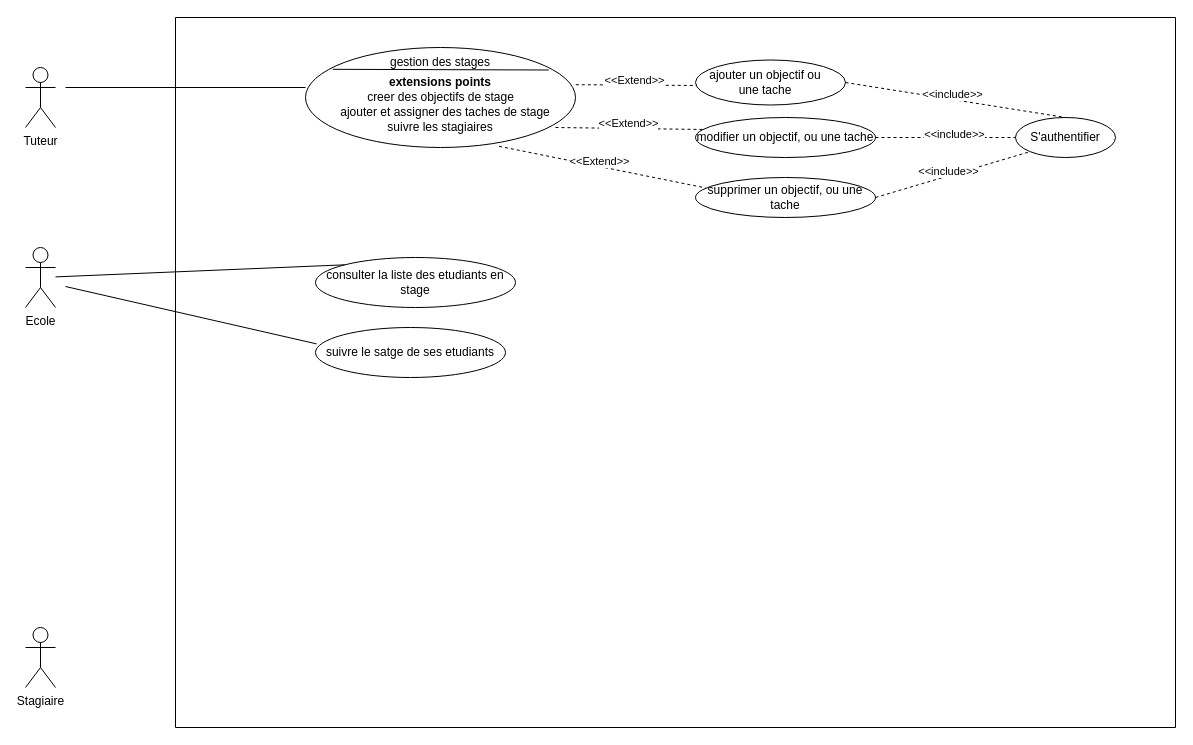
Earlier version of the draw.io diagram public/assets/Diagramme sans nom.drawio (A2blackMZ/Sams-Dine-ALIDOU). Source tidied: cells renumbered, new cells numbered last; positions are measured from the earlier drawing's top-left corner, leaving out a move shared by most shapes. Both pictures are drawn from the tidied source at 100%, with x=0, y=0 at pixel (25, 17).
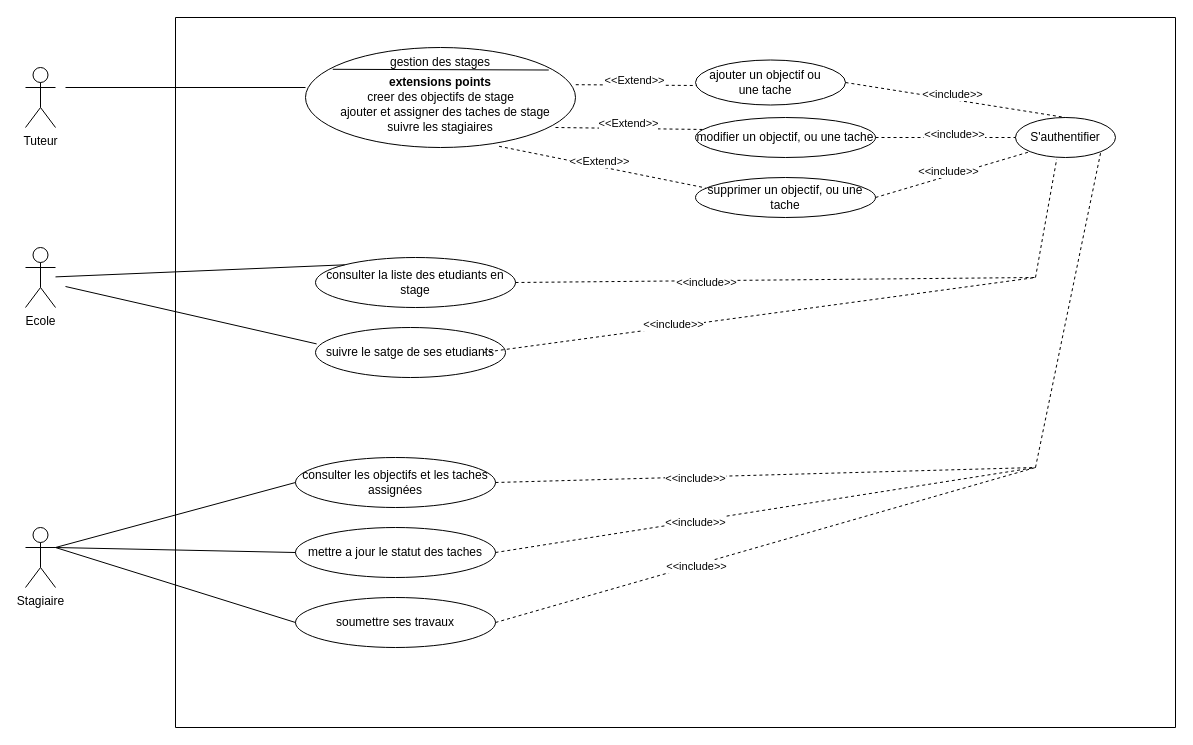
After the change.

The change refers to these unchanged cells:
```xml
<mxCell id="3" value="&#10;" style="swimlane;startSize=0;" parent="1" vertex="1">
  <mxGeometry x="150" width="1000" height="710" as="geometry" />
</mxCell>
<mxCell id="21" value="S'authentifier" style="ellipse;whiteSpace=wrap;html=1;" parent="3" vertex="1">
  <mxGeometry x="840" y="100" width="100" height="40" as="geometry" />
</mxCell>
<mxCell id="26" value="consulter la liste des etudiants en stage" style="ellipse;whiteSpace=wrap;html=1;" parent="3" vertex="1">
  <mxGeometry x="140" y="240" width="200" height="50" as="geometry" />
</mxCell>
```

What changed in the source:
```diff
@@
+    <mxCell id="35" value="consulter les objectifs et les taches assignées" style="ellipse;whiteSpace=wrap;html=1;" parent="3" vertex="1">
+      <mxGeometry x="120" y="440" width="200" height="50" as="geometry" />
+    </mxCell>
+    <mxCell id="36" value="mettre a jour le statut des taches" style="ellipse;whiteSpace=wrap;html=1;" parent="3" vertex="1">
+      <mxGeometry x="120" y="510" width="200" height="50" as="geometry" />
+    </mxCell>
+    <mxCell id="37" value="soumettre ses travaux" style="ellipse;whiteSpace=wrap;html=1;" parent="3" vertex="1">
+      <mxGeometry x="120" y="580" width="200" height="50" as="geometry" />
+    </mxCell>
+    <mxCell id="38" style="endArrow=none;dashed=1;html=1;rounded=0;exitX=1;exitY=0.5;exitDx=0;exitDy=0;entryX=0;entryY=0;entryDx=0;entryDy=0;" parent="3" edge="1">
+      <mxGeometry relative="1" as="geometry">
+        <mxPoint x="307.5" y="335" as="sourcePoint" />
+        <mxPoint x="860" y="260" as="targetPoint" />
+      </mxGeometry>
+    </mxCell>
+    <mxCell id="39" value="&amp;lt;&amp;lt;include&amp;gt;&amp;gt;" style="edgeLabel;html=1;align=center;verticalAlign=middle;" parent="38" vertex="1">
+      <mxGeometry x="-0.31" y="3" relative="1" as="geometry" />
+    </mxCell>
+    <mxCell id="40" style="endArrow=none;dashed=1;html=1;rounded=0;exitX=1;exitY=0.5;exitDx=0;exitDy=0;" parent="3" edge="1" source="26">
+      <mxGeometry relative="1" as="geometry">
+        <mxPoint x="860" y="260" as="targetPoint" />
+      </mxGeometry>
+    </mxCell>
+    <mxCell id="41" value="&amp;lt;&amp;lt;include&amp;gt;&amp;gt;" style="edgeLabel;html=1;align=center;verticalAlign=middle;" parent="40" vertex="1">
+      <mxGeometry x="-0.27" y="-1" relative="1" as="geometry" />
+    </mxCell>
+    <mxCell id="42" style="endArrow=none;dashed=1;html=1;rounded=0;entryX=0.412;entryY=1.04;entryDx=0;entryDy=0;exitX=0;exitY=0;exitDx=0;exitDy=0;entryPerimeter=0;" parent="3" edge="1" target="21">
+      <mxGeometry relative="1" as="geometry">
+        <mxPoint x="860" y="260" as="sourcePoint" />
+      </mxGeometry>
+    </mxCell>
+    <mxCell id="43" style="endArrow=none;dashed=1;html=1;rounded=0;entryX=1;entryY=1;entryDx=0;entryDy=0;exitX=1;exitY=0;exitDx=0;exitDy=0;" parent="3" edge="1" target="21">
+      <mxGeometry relative="1" as="geometry">
+        <mxPoint x="860" y="450" as="sourcePoint" />
+      </mxGeometry>
+    </mxCell>
+    <mxCell id="44" style="endArrow=none;dashed=1;html=1;rounded=0;entryX=1;entryY=0;entryDx=0;entryDy=0;exitX=1;exitY=0.5;exitDx=0;exitDy=0;" parent="3" edge="1" source="35">
+      <mxGeometry relative="1" as="geometry">
+        <mxPoint x="860" y="450" as="targetPoint" />
+      </mxGeometry>
+    </mxCell>
+    <mxCell id="45" value="&amp;lt;&amp;lt;include&amp;gt;&amp;gt;" style="edgeLabel;html=1;align=center;verticalAlign=middle;" parent="44" vertex="1">
+      <mxGeometry x="-0.26" y="-1" relative="1" as="geometry" />
+    </mxCell>
+    <mxCell id="46" style="endArrow=none;dashed=1;html=1;rounded=0;entryX=1;entryY=0;entryDx=0;entryDy=0;exitX=1;exitY=0.5;exitDx=0;exitDy=0;" parent="3" edge="1" source="36">
+      <mxGeometry relative="1" as="geometry">
+        <mxPoint x="860" y="450" as="targetPoint" />
+      </mxGeometry>
+    </mxCell>
+    <mxCell id="47" value="&amp;lt;&amp;lt;include&amp;gt;&amp;gt;" style="edgeLabel;html=1;align=center;verticalAlign=middle;" parent="46" vertex="1">
+      <mxGeometry x="-0.26" y="-1" relative="1" as="geometry" />
+    </mxCell>
+    <mxCell id="48" style="endArrow=none;dashed=1;html=1;rounded=0;entryX=1;entryY=0;entryDx=0;entryDy=0;exitX=1;exitY=0.5;exitDx=0;exitDy=0;" parent="3" edge="1" source="37">
+      <mxGeometry relative="1" as="geometry">
+        <mxPoint x="860" y="450" as="targetPoint" />
+      </mxGeometry>
+    </mxCell>
+    <mxCell id="49" value="&amp;lt;&amp;lt;include&amp;gt;&amp;gt;" style="edgeLabel;html=1;align=center;verticalAlign=middle;" parent="48" vertex="1">
+      <mxGeometry x="-0.26" y="-1" relative="1" as="geometry" />
+    </mxCell>
@@
     <mxCell id="34" value="Stagiaire&lt;div&gt;&lt;br&gt;&lt;/div&gt;" style="shape=umlActor;verticalLabelPosition=bottom;verticalAlign=top;html=1;outlineConnect=0;" parent="1" vertex="1">
-      <mxGeometry y="610" width="30" height="60" as="geometry" />
+      <mxGeometry y="510" width="30" height="60" as="geometry" />
     </mxCell>
+    <mxCell id="50" style="endArrow=none;html=1;rounded=0;entryX=0;entryY=0.5;entryDx=0;entryDy=0;exitX=1;exitY=0.3333333333333333;exitDx=0;exitDy=0;exitPerimeter=0;" parent="1" edge="1" source="34" target="36">
+      <mxGeometry relative="1" as="geometry" />
+    </mxCell>
+    <mxCell id="51" style="endArrow=none;html=1;rounded=0;entryX=0;entryY=0.5;entryDx=0;entryDy=0;exitX=1;exitY=0.3333333333333333;exitDx=0;exitDy=0;exitPerimeter=0;" parent="1" edge="1" source="34" target="35">
+      <mxGeometry relative="1" as="geometry" />
+    </mxCell>
+    <mxCell id="52" style="endArrow=none;html=1;rounded=0;entryX=0;entryY=0.5;entryDx=0;entryDy=0;exitX=1;exitY=0.3333333333333333;exitDx=0;exitDy=0;exitPerimeter=0;" parent="1" edge="1" source="34" target="37">
+      <mxGeometry relative="1" as="geometry" />
+    </mxCell>
```
